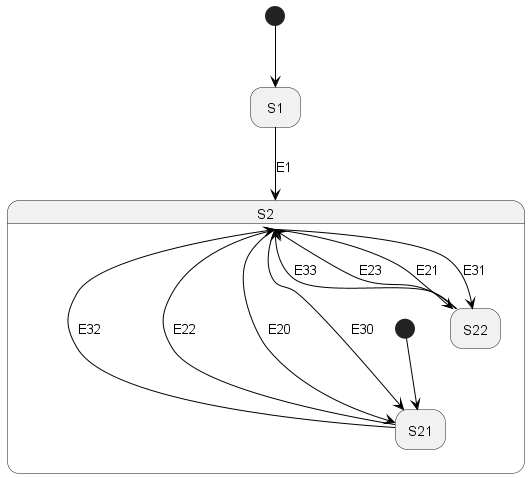
Above: spring-statemachine-uml/src/test/resources/org/springframework/statemachine/uml/simple-localtransition.png in spring-projects/spring-statemachine (PlantUML), before the change. Source of this version:
```plantuml
@startuml

hide empty description

state S1
state S2  {
  state S21
  state S22


  [*] -[#000000]-> S21
}


[*] -[#000000]-> S1
S1 -down[#000000]-> S2 : E1
S22 -up[#000000]-> S2 : E33
S21 -up[#000000]-> S2 : E32
S22 -up[#000000]-> S2 : E23
S21 -up[#000000]-> S2 : E22
S2 -down[#000000]-> S21 : E20
S2 -down[#000000]-> S22 : E21
S2 -down[#000000]-> S21 : E30
S2 -down[#000000]-> S22 : E31

@enduml
```
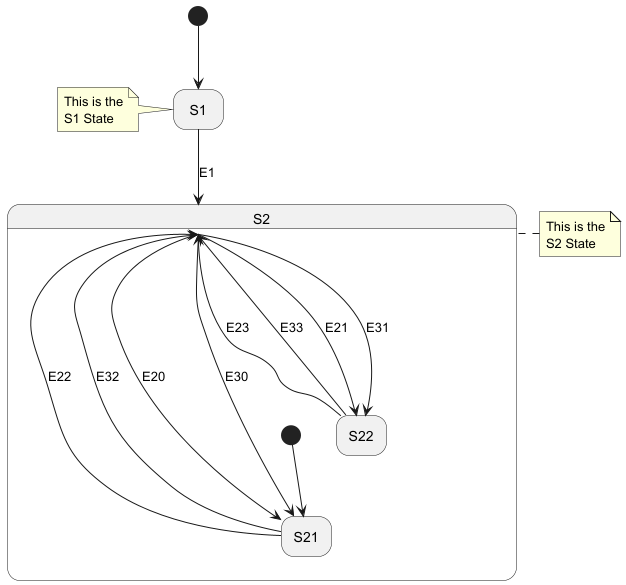
The same diagram one commit later.

Diff of the diagram source:
```diff
@@ -8,19 +8,21 @@
   state S22
 
 
-  [*] -[#000000]-> S21
+  [*] --> S21
 }
 
 
-[*] -[#000000]-> S1
-S1 -down[#000000]-> S2 : E1
-S22 -up[#000000]-> S2 : E33
-S21 -up[#000000]-> S2 : E32
-S22 -up[#000000]-> S2 : E23
-S21 -up[#000000]-> S2 : E22
-S2 -down[#000000]-> S21 : E20
-S2 -down[#000000]-> S22 : E21
-S2 -down[#000000]-> S21 : E30
-S2 -down[#000000]-> S22 : E31
+[*] --> S1
+S1 -down-> S2 : E1
+S21 -up--> S2 : E22
+S21 -up--> S2 : E32
+S22 -up--> S2 : E23
+S22 -up--> S2 : E33
+S2 -down-> S21 : E20
+S2 -down-> S21 : E30
+S2 -down-> S22 : E21
+S2 -down-> S22 : E31
 
+note left of S1: This is the\nS1 State
+note left of S2: This is the\nS2 State
 @enduml
```
